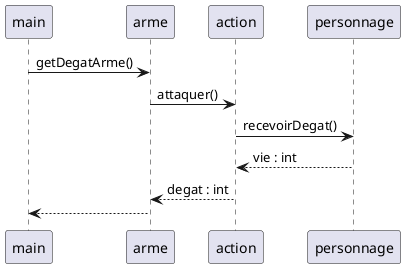
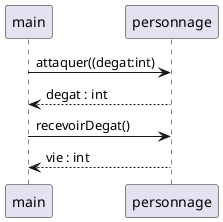
'https://plantuml.com/sequence-diagram
@startuml

participant main
- participant arme
- participant action
participant personnage

- main -> arme : getDegatArme()
+ main -> personnage : attaquer((degat:int)
+ personnage --> main : degat : int

- arme -> action : attaquer()
+ main -> personnage : recevoirDegat()

- action -> personnage : recevoirDegat()
+ personnage --> main : vie : int

- personnage --> action : vie : int
- 
- action --> arme : degat : int
- 
- arme --> main

@enduml